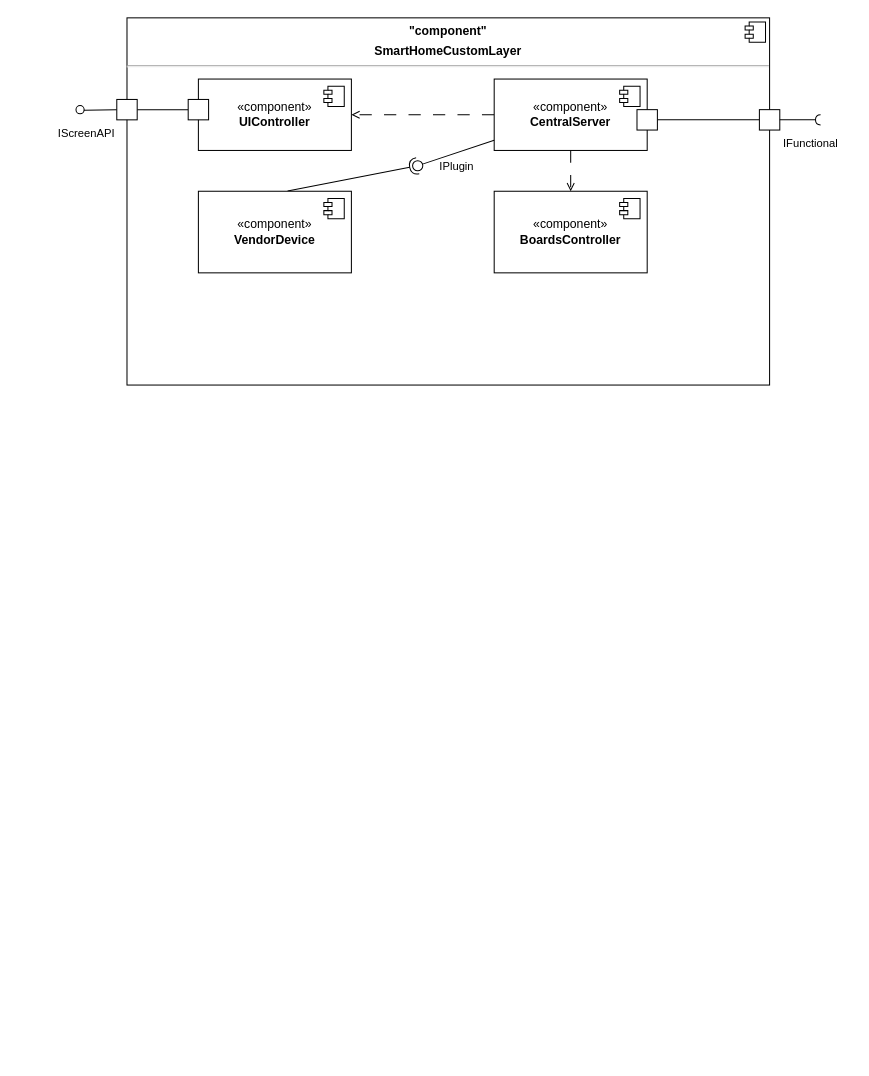
This is LAB3/components.drawio from tireks/OOAP, a draw.io file, before an edit. Source tidied: cells renumbered, new cells numbered last; positions are measured from the earlier drawing's top-left corner, leaving out a move shared by most shapes. Both pictures are drawn from the tidied source at 102%, with x=0, y=0 at pixel (75, 17).
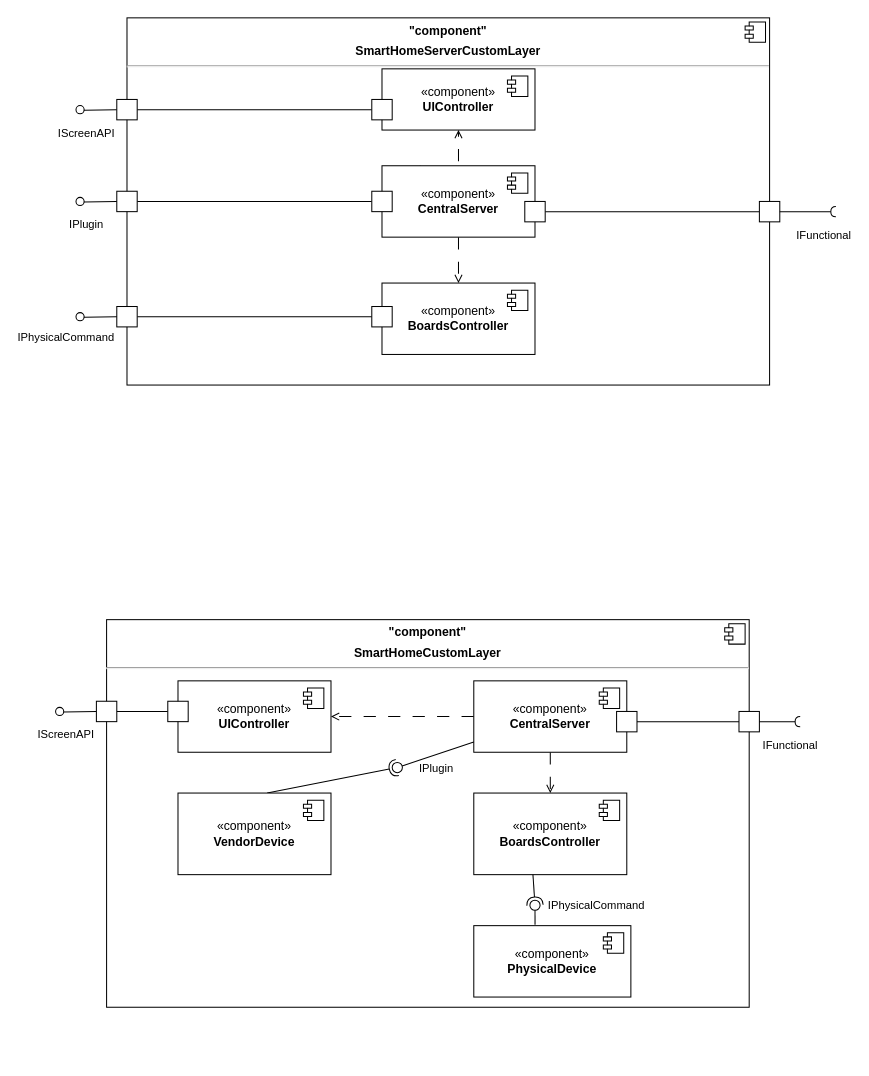
Above is the later version.

The edit, as a diff of the source:
```diff
@@
-    <mxCell id="2" value="&lt;p style=&quot;margin:0px;margin-top:6px;text-align:center;&quot;&gt;&lt;b&gt;&quot;component&quot;&lt;/b&gt;&lt;/p&gt;&lt;p style=&quot;margin:0px;margin-top:6px;text-align:center;&quot;&gt;&lt;b&gt;SmartHomeCustomLayer&lt;/b&gt;&lt;/p&gt;&lt;hr&gt;&lt;p style=&quot;margin:0px;margin-left:8px;&quot;&gt;&lt;br&gt;&lt;/p&gt;" style="align=left;overflow=fill;html=1;whiteSpace=wrap;" parent="1" vertex="1">
+    <mxCell id="2" value="&lt;p style=&quot;margin:0px;margin-top:6px;text-align:center;&quot;&gt;&lt;b&gt;&quot;component&quot;&lt;/b&gt;&lt;/p&gt;&lt;p style=&quot;margin:0px;margin-top:6px;text-align:center;&quot;&gt;&lt;b&gt;SmartHomeServerCustom&lt;/b&gt;&lt;b style=&quot;background-color: initial;&quot;&gt;Layer&lt;/b&gt;&lt;/p&gt;&lt;hr&gt;&lt;p style=&quot;margin:0px;margin-left:8px;&quot;&gt;&lt;br&gt;&lt;/p&gt;" style="align=left;overflow=fill;html=1;whiteSpace=wrap;" parent="1" vertex="1">
       <mxGeometry x="50" width="630" height="360" as="geometry" />
     </mxCell>
@@
     <mxCell id="6" value="«component»&lt;br&gt;&lt;b&gt;UIController&lt;/b&gt;" style="html=1;whiteSpace=wrap;" parent="1" vertex="1">
-      <mxGeometry x="120" y="60" width="150" height="70" as="geometry" />
+      <mxGeometry x="300" y="50" width="150" height="60" as="geometry" />
     </mxCell>
@@
     <mxCell id="8" style="fontStyle=0;labelPosition=right;verticalLabelPosition=middle;align=left;verticalAlign=middle;spacingLeft=2;imageHeight=20;imageWidth=20;imageAspect=0;" parent="1" vertex="1">
-      <mxGeometry x="110" y="80" width="20" height="20" as="geometry" />
+      <mxGeometry x="290" y="80" width="20" height="20" as="geometry" />
     </mxCell>
-    <mxCell id="9" style="edgeStyle=orthogonalEdgeStyle;rounded=0;jettySize=auto;html=1;entryX=1;entryY=0.5;entryDx=0;entryDy=0;endArrow=open;endFill=0;dashed=1;dashPattern=12 12;" parent="1" edge="1" source="11" target="6">
-      <mxGeometry relative="1" as="geometry" />
+    <mxCell id="9" style="edgeStyle=orthogonalEdgeStyle;rounded=0;jettySize=auto;html=1;endArrow=open;endFill=0;dashed=1;dashPattern=12 12;exitX=0.25;exitY=0;exitDx=0;exitDy=0;" parent="1" edge="1" source="11" target="6">
+      <mxGeometry relative="1" as="geometry">
+        <Array as="points">
+          <mxPoint x="337" y="160" />
+          <mxPoint x="375" y="160" />
+        </Array>
+      </mxGeometry>
     </mxCell>
@@
     <mxCell id="11" value="«component»&lt;br&gt;&lt;b&gt;CentralServer&lt;/b&gt;" style="html=1;whiteSpace=wrap;" parent="1" vertex="1">
-      <mxGeometry x="410" y="60" width="150" height="70" as="geometry" />
+      <mxGeometry x="300" y="145" width="150" height="70" as="geometry" />
     </mxCell>
@@
-    <mxCell id="13" style="rounded=0;jettySize=auto;html=1;endArrow=halfCircle;endFill=0;endSize=6;strokeWidth=1;sketch=0;exitX=0.583;exitY=-0.002;exitDx=0;exitDy=0;exitPerimeter=0;" parent="1" edge="1" source="16" target="15">
-      <mxGeometry relative="1" as="geometry" />
-    </mxCell>
-    <mxCell id="14" value="IPlugin" style="rounded=0;jettySize=auto;html=1;endArrow=oval;endFill=0;sketch=0;sourcePerimeterSpacing=0;targetPerimeterSpacing=0;endSize=10;" parent="1" edge="1" source="11" target="15">
-      <mxGeometry x="0.1" y="13" relative="1" as="geometry" />
-    </mxCell>
-    <mxCell id="15" style="ellipse;whiteSpace=wrap;html=1;align=center;fillColor=none;strokeColor=none;perimeter=centerPerimeter;points=[];outlineConnect=1;" parent="1" vertex="1">
-      <mxGeometry x="330" y="140" width="10" height="10" as="geometry" />
-    </mxCell>
-    <mxCell id="16" value="«component»&lt;br&gt;&lt;b&gt;VendorDevice&lt;/b&gt;" style="html=1;whiteSpace=wrap;" parent="1" vertex="1">
-      <mxGeometry x="120" y="170" width="150" height="80" as="geometry" />
-    </mxCell>
-    <mxCell id="17" style="shape=module;jettyWidth=8;jettyHeight=4;" parent="16" vertex="1">
-      <mxGeometry x="1" width="20" height="20" relative="1" as="geometry">
-        <mxPoint x="-27" y="7" as="offset" />
-      </mxGeometry>
-    </mxCell>
@@
     <mxCell id="19" style="fontStyle=0;labelPosition=right;verticalLabelPosition=middle;align=left;verticalAlign=middle;spacingLeft=2;imageHeight=20;imageWidth=20;imageAspect=0;" parent="1" vertex="1">
-      <mxGeometry x="550" y="90" width="20" height="20" as="geometry" />
+      <mxGeometry x="440" y="180" width="20" height="20" as="geometry" />
     </mxCell>
     <mxCell id="20" style="html=1;rounded=0;" parent="1" vertex="1">
-      <mxGeometry x="670" y="90" width="20" height="20" as="geometry" />
+      <mxGeometry x="670" y="180" width="20" height="20" as="geometry" />
     </mxCell>
@@
     <mxCell id="22" style="shape=requiredInterface;html=1;fontSize=11;align=center;fillColor=none;points=[];verticalAlign=bottom;labelPosition=center;verticalLabelPosition=top;flipH=1;" parent="1" vertex="1">
-      <mxGeometry x="725" y="95" width="5" height="10" as="geometry" />
+      <mxGeometry x="740" y="185" width="5" height="10" as="geometry" />
     </mxCell>
@@
     <mxCell id="26" value="«component»&lt;br&gt;&lt;b&gt;BoardsController&lt;/b&gt;" style="html=1;whiteSpace=wrap;" parent="1" vertex="1">
-      <mxGeometry x="410" y="170" width="150" height="80" as="geometry" />
+      <mxGeometry x="300" y="260" width="150" height="70" as="geometry" />
     </mxCell>
@@
+    <mxCell id="28" value="&lt;p style=&quot;margin:0px;margin-top:6px;text-align:center;&quot;&gt;&lt;b&gt;&quot;component&quot;&lt;/b&gt;&lt;/p&gt;&lt;p style=&quot;margin:0px;margin-top:6px;text-align:center;&quot;&gt;&lt;b&gt;SmartHomeCustomLayer&lt;/b&gt;&lt;/p&gt;&lt;hr&gt;&lt;p style=&quot;margin:0px;margin-left:8px;&quot;&gt;&lt;br&gt;&lt;/p&gt;" style="align=left;overflow=fill;html=1;whiteSpace=wrap;" parent="1" vertex="1">
+      <mxGeometry x="30" y="590" width="630" height="380" as="geometry" />
+    </mxCell>
+    <mxCell id="29" style="shape=component;jettyWidth=8;jettyHeight=4;" parent="28" vertex="1">
+      <mxGeometry x="1" width="20" height="20" relative="1" as="geometry">
+        <mxPoint x="-24" y="4" as="offset" />
+      </mxGeometry>
+    </mxCell>
+    <mxCell id="30" style="ellipse;whiteSpace=wrap;html=1;align=center;fillColor=none;strokeColor=none;perimeter=centerPerimeter;" parent="1" vertex="1">
+      <mxGeometry x="-20" y="680" width="10" height="10" as="geometry" />
+    </mxCell>
+    <mxCell id="31" style="edgeStyle=orthogonalEdgeStyle;rounded=0;jettySize=auto;html=1;entryX=0;entryY=0.5;entryDx=0;entryDy=0;endArrow=none;endFill=0;exitX=1;exitY=0.5;exitDx=0;exitDy=0;" parent="1" edge="1" source="49" target="34">
+      <mxGeometry relative="1" as="geometry" />
+    </mxCell>
+    <mxCell id="32" value="«component»&lt;br&gt;&lt;b&gt;UIController&lt;/b&gt;" style="html=1;whiteSpace=wrap;" parent="1" vertex="1">
+      <mxGeometry x="100" y="650" width="150" height="70" as="geometry" />
+    </mxCell>
+    <mxCell id="33" style="shape=module;jettyWidth=8;jettyHeight=4;" parent="32" vertex="1">
+      <mxGeometry x="1" width="20" height="20" relative="1" as="geometry">
+        <mxPoint x="-27" y="7" as="offset" />
+      </mxGeometry>
+    </mxCell>
+    <mxCell id="34" style="fontStyle=0;labelPosition=right;verticalLabelPosition=middle;align=left;verticalAlign=middle;spacingLeft=2;imageHeight=20;imageWidth=20;imageAspect=0;" parent="1" vertex="1">
+      <mxGeometry x="90" y="670" width="20" height="20" as="geometry" />
+    </mxCell>
+    <mxCell id="35" style="edgeStyle=orthogonalEdgeStyle;rounded=0;jettySize=auto;html=1;entryX=1;entryY=0.5;entryDx=0;entryDy=0;endArrow=open;endFill=0;dashed=1;dashPattern=12 12;" parent="1" edge="1" source="37" target="32">
+      <mxGeometry relative="1" as="geometry" />
+    </mxCell>
+    <mxCell id="36" style="edgeStyle=orthogonalEdgeStyle;rounded=0;jettySize=auto;html=1;endArrow=open;endFill=0;dashed=1;dashPattern=12 12;" parent="1" edge="1" source="37" target="50">
+      <mxGeometry relative="1" as="geometry" />
+    </mxCell>
+    <mxCell id="37" value="«component»&lt;br&gt;&lt;b&gt;CentralServer&lt;/b&gt;" style="html=1;whiteSpace=wrap;" parent="1" vertex="1">
+      <mxGeometry x="390" y="650" width="150" height="70" as="geometry" />
+    </mxCell>
+    <mxCell id="38" style="shape=module;jettyWidth=8;jettyHeight=4;" parent="37" vertex="1">
+      <mxGeometry x="1" width="20" height="20" relative="1" as="geometry">
+        <mxPoint x="-27" y="7" as="offset" />
+      </mxGeometry>
+    </mxCell>
+    <mxCell id="39" style="rounded=0;jettySize=auto;html=1;endArrow=halfCircle;endFill=0;endSize=6;strokeWidth=1;sketch=0;exitX=0.583;exitY=-0.002;exitDx=0;exitDy=0;exitPerimeter=0;" parent="1" edge="1" source="16" target="40">
+      <mxGeometry relative="1" as="geometry" />
+    </mxCell>
+    <mxCell id="14" value="IPlugin" style="rounded=0;jettySize=auto;html=1;endArrow=oval;endFill=0;sketch=0;sourcePerimeterSpacing=0;targetPerimeterSpacing=0;endSize=10;" parent="1" edge="1" source="37" target="40">
+      <mxGeometry x="0.1" y="13" relative="1" as="geometry" />
+    </mxCell>
+    <mxCell id="40" style="ellipse;whiteSpace=wrap;html=1;align=center;fillColor=none;strokeColor=none;perimeter=centerPerimeter;points=[];outlineConnect=1;" parent="1" vertex="1">
+      <mxGeometry x="310" y="730" width="10" height="10" as="geometry" />
+    </mxCell>
+    <mxCell id="16" value="«component»&lt;br&gt;&lt;b&gt;VendorDevice&lt;/b&gt;" style="html=1;whiteSpace=wrap;" parent="1" vertex="1">
+      <mxGeometry x="100" y="760" width="150" height="80" as="geometry" />
+    </mxCell>
+    <mxCell id="41" style="shape=module;jettyWidth=8;jettyHeight=4;" parent="16" vertex="1">
+      <mxGeometry x="1" width="20" height="20" relative="1" as="geometry">
+        <mxPoint x="-27" y="7" as="offset" />
+      </mxGeometry>
+    </mxCell>
+    <mxCell id="42" style="edgeStyle=orthogonalEdgeStyle;rounded=0;jettySize=auto;html=1;entryX=0;entryY=0.5;entryDx=0;entryDy=0;endArrow=none;endFill=0;" parent="1" edge="1" source="43" target="44">
+      <mxGeometry relative="1" as="geometry" />
+    </mxCell>
+    <mxCell id="43" style="fontStyle=0;labelPosition=right;verticalLabelPosition=middle;align=left;verticalAlign=middle;spacingLeft=2;imageHeight=20;imageWidth=20;imageAspect=0;" parent="1" vertex="1">
+      <mxGeometry x="530" y="680" width="20" height="20" as="geometry" />
+    </mxCell>
+    <mxCell id="44" style="html=1;rounded=0;" parent="1" vertex="1">
+      <mxGeometry x="650" y="680" width="20" height="20" as="geometry" />
+    </mxCell>
+    <mxCell id="45" value="IFunctional" style="endArrow=none;html=1;rounded=0;align=center;verticalAlign=top;endFill=0;labelBackgroundColor=none;endSize=2;" parent="1" edge="1" source="44" target="46">
+      <mxGeometry x="0.71" y="-10" relative="1" as="geometry" />
+    </mxCell>
+    <mxCell id="46" style="shape=requiredInterface;html=1;fontSize=11;align=center;fillColor=none;points=[];verticalAlign=bottom;labelPosition=center;verticalLabelPosition=top;flipH=1;" parent="1" vertex="1">
+      <mxGeometry x="705" y="685" width="5" height="10" as="geometry" />
+    </mxCell>
+    <mxCell id="47" value="IScreenAPI" style="endArrow=none;html=1;rounded=0;align=center;verticalAlign=top;endFill=0;labelBackgroundColor=none;endSize=2;entryX=0.032;entryY=0.572;entryDx=0;entryDy=0;entryPerimeter=0;exitX=0;exitY=0.5;exitDx=0;exitDy=0;" parent="1" edge="1" source="49" target="48">
+      <mxGeometry x="0.87" y="9" relative="1" as="geometry" />
+    </mxCell>
+    <mxCell id="48" style="ellipse;html=1;fontSize=11;align=center;fillColor=none;points=[];verticalAlign=bottom;labelPosition=center;verticalLabelPosition=top;flipH=1;" parent="1" vertex="1">
+      <mxGeometry x="-20" y="676" width="8" height="8" as="geometry" />
+    </mxCell>
+    <mxCell id="49" style="fontStyle=0;labelPosition=right;verticalLabelPosition=middle;align=left;verticalAlign=middle;spacingLeft=2;imageHeight=20;imageWidth=20;imageAspect=0;" parent="1" vertex="1">
+      <mxGeometry x="20" y="670" width="20" height="20" as="geometry" />
+    </mxCell>
+    <mxCell id="50" value="«component»&lt;br&gt;&lt;b&gt;BoardsController&lt;/b&gt;" style="html=1;whiteSpace=wrap;" parent="1" vertex="1">
+      <mxGeometry x="390" y="760" width="150" height="80" as="geometry" />
+    </mxCell>
+    <mxCell id="51" style="shape=module;jettyWidth=8;jettyHeight=4;" parent="50" vertex="1">
+      <mxGeometry x="1" width="20" height="20" relative="1" as="geometry">
+        <mxPoint x="-27" y="7" as="offset" />
+      </mxGeometry>
+    </mxCell>
+    <mxCell id="52" style="edgeStyle=orthogonalEdgeStyle;rounded=0;jettySize=auto;html=1;endArrow=none;endFill=0;" parent="1" edge="1" source="53" target="54">
+      <mxGeometry relative="1" as="geometry" />
+    </mxCell>
+    <mxCell id="53" style="fontStyle=0;labelPosition=right;verticalLabelPosition=middle;align=left;verticalAlign=middle;spacingLeft=2;imageHeight=20;imageWidth=20;imageAspect=0;" parent="1" vertex="1">
+      <mxGeometry x="290" y="170" width="20" height="20" as="geometry" />
+    </mxCell>
+    <mxCell id="54" style="fontStyle=0;labelPosition=right;verticalLabelPosition=middle;align=left;verticalAlign=middle;spacingLeft=2;imageHeight=20;imageWidth=20;imageAspect=0;" parent="1" vertex="1">
+      <mxGeometry x="40" y="170" width="20" height="20" as="geometry" />
+    </mxCell>
+    <mxCell id="55" style="ellipse;whiteSpace=wrap;html=1;align=center;fillColor=none;strokeColor=none;perimeter=centerPerimeter;" parent="1" vertex="1">
+      <mxGeometry x="-12" y="184" width="10" height="10" as="geometry" />
+    </mxCell>
+    <mxCell id="56" value="IPlugin" style="endArrow=none;html=1;rounded=0;align=center;verticalAlign=top;endFill=0;labelBackgroundColor=none;endSize=2;entryX=0.032;entryY=0.572;entryDx=0;entryDy=0;entryPerimeter=0;exitX=0;exitY=0.5;exitDx=0;exitDy=0;" parent="1" edge="1" source="54" target="57">
+      <mxGeometry x="0.87" y="9" relative="1" as="geometry" />
+    </mxCell>
+    <mxCell id="57" style="ellipse;html=1;fontSize=11;align=center;fillColor=none;points=[];verticalAlign=bottom;labelPosition=center;verticalLabelPosition=top;flipH=1;" parent="1" vertex="1">
+      <mxGeometry y="176" width="8" height="8" as="geometry" />
+    </mxCell>
+    <mxCell id="58" style="edgeStyle=orthogonalEdgeStyle;rounded=0;jettySize=auto;html=1;endArrow=none;endFill=0;" parent="1" edge="1" source="59" target="60">
+      <mxGeometry relative="1" as="geometry" />
+    </mxCell>
+    <mxCell id="59" style="fontStyle=0;labelPosition=right;verticalLabelPosition=middle;align=left;verticalAlign=middle;spacingLeft=2;imageHeight=20;imageWidth=20;imageAspect=0;" parent="1" vertex="1">
+      <mxGeometry x="290" y="283" width="20" height="20" as="geometry" />
+    </mxCell>
+    <mxCell id="60" style="fontStyle=0;labelPosition=right;verticalLabelPosition=middle;align=left;verticalAlign=middle;spacingLeft=2;imageHeight=20;imageWidth=20;imageAspect=0;" parent="1" vertex="1">
+      <mxGeometry x="40" y="283" width="20" height="20" as="geometry" />
+    </mxCell>
+    <mxCell id="61" style="ellipse;whiteSpace=wrap;html=1;align=center;fillColor=none;strokeColor=none;perimeter=centerPerimeter;" parent="1" vertex="1">
+      <mxGeometry x="-12" y="297" width="10" height="10" as="geometry" />
+    </mxCell>
+    <mxCell id="62" value="IPhysicalCommand" style="endArrow=none;html=1;rounded=0;align=center;verticalAlign=top;endFill=0;labelBackgroundColor=none;endSize=2;entryX=0.032;entryY=0.572;entryDx=0;entryDy=0;entryPerimeter=0;exitX=0;exitY=0.5;exitDx=0;exitDy=0;" parent="1" edge="1" source="60" target="63">
+      <mxGeometry x="1" y="19" relative="1" as="geometry">
+        <mxPoint x="-18" y="-13" as="offset" />
+      </mxGeometry>
+    </mxCell>
+    <mxCell id="63" style="ellipse;html=1;fontSize=11;align=center;fillColor=none;points=[];verticalAlign=bottom;labelPosition=center;verticalLabelPosition=top;flipH=1;" parent="1" vertex="1">
+      <mxGeometry y="289" width="8" height="8" as="geometry" />
+    </mxCell>
+    <mxCell id="64" value="«component»&lt;br&gt;&lt;b&gt;PhysicalDevice&lt;/b&gt;" style="html=1;whiteSpace=wrap;" parent="1" vertex="1">
+      <mxGeometry x="390" y="890" width="154" height="70" as="geometry" />
+    </mxCell>
+    <mxCell id="65" style="shape=module;jettyWidth=8;jettyHeight=4;" parent="64" vertex="1">
+      <mxGeometry x="1" width="20" height="20" relative="1" as="geometry">
+        <mxPoint x="-27" y="7" as="offset" />
+      </mxGeometry>
+    </mxCell>
+    <mxCell id="66" value="IPhysicalCommand" style="rounded=0;orthogonalLoop=1;jettySize=auto;html=1;endArrow=halfCircle;endFill=0;endSize=6;strokeWidth=1;sketch=0;exitX=0.5;exitY=1;exitDx=0;exitDy=0;" parent="1" edge="1">
+      <mxGeometry x="1" y="60" relative="1" as="geometry">
+        <mxPoint x="448" y="840" as="sourcePoint" />
+        <mxPoint x="450" y="870" as="targetPoint" />
+        <mxPoint y="4" as="offset" />
+      </mxGeometry>
+    </mxCell>
+    <mxCell id="67" style="rounded=0;jettySize=auto;html=1;endArrow=oval;endFill=0;sketch=0;sourcePerimeterSpacing=0;targetPerimeterSpacing=0;endSize=10;exitX=0.39;exitY=-0.012;exitDx=0;exitDy=0;exitPerimeter=0;" parent="1" edge="1" source="64">
+      <mxGeometry relative="1" as="geometry">
+        <mxPoint x="450" y="870" as="targetPoint" />
+      </mxGeometry>
+    </mxCell>
+    <mxCell id="68" style="ellipse;whiteSpace=wrap;html=1;align=center;fillColor=none;strokeColor=none;perimeter=centerPerimeter;" parent="1" vertex="1">
+      <mxGeometry x="20" y="1010" width="10" height="10" as="geometry" />
+    </mxCell>
```
